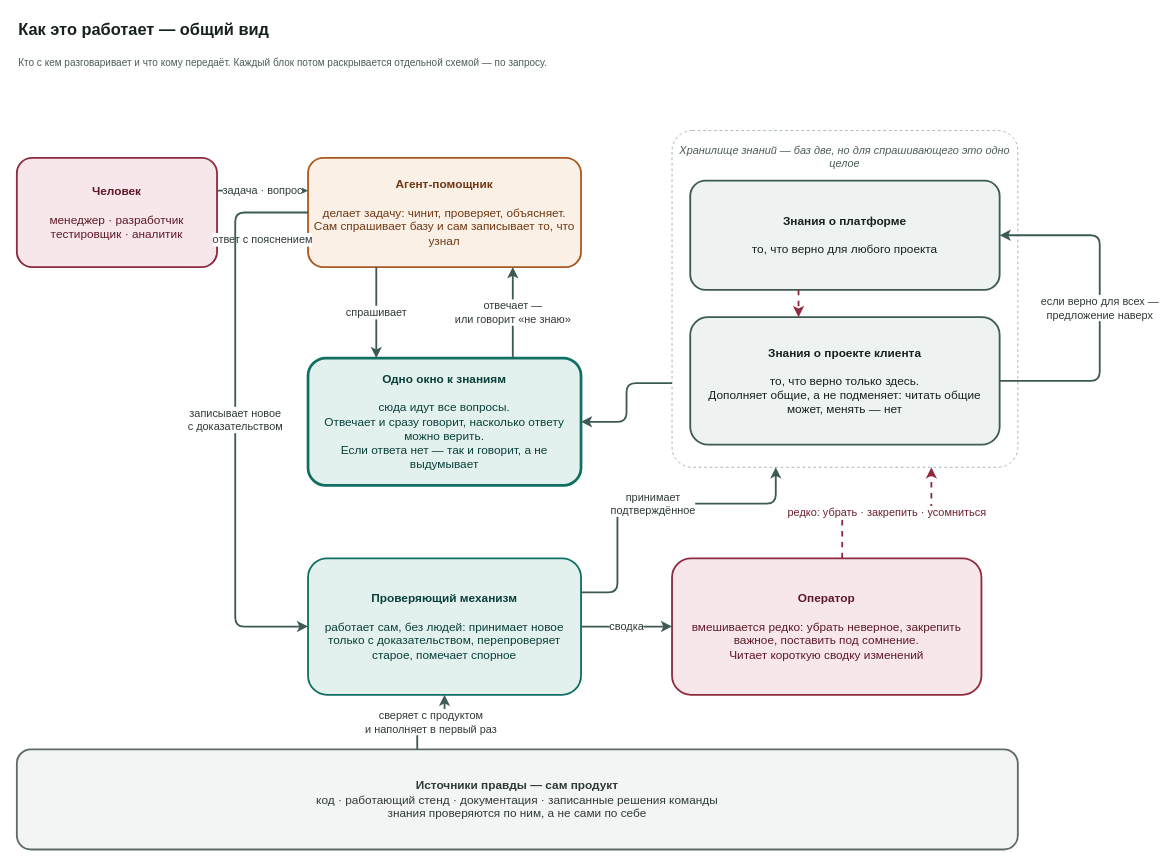
The draw.io diagram docs/adr/adr-knowledge-base-v3-overview.drawio in VirtoCommerce/ai-tools, before the edit. Source tidied: cells renumbered, new cells numbered last; positions are measured from the earlier drawing's top-left corner, leaving out a move shared by most shapes. Both pictures are drawn from the tidied source at 91%, with x=0, y=0 at pixel (16, 15).
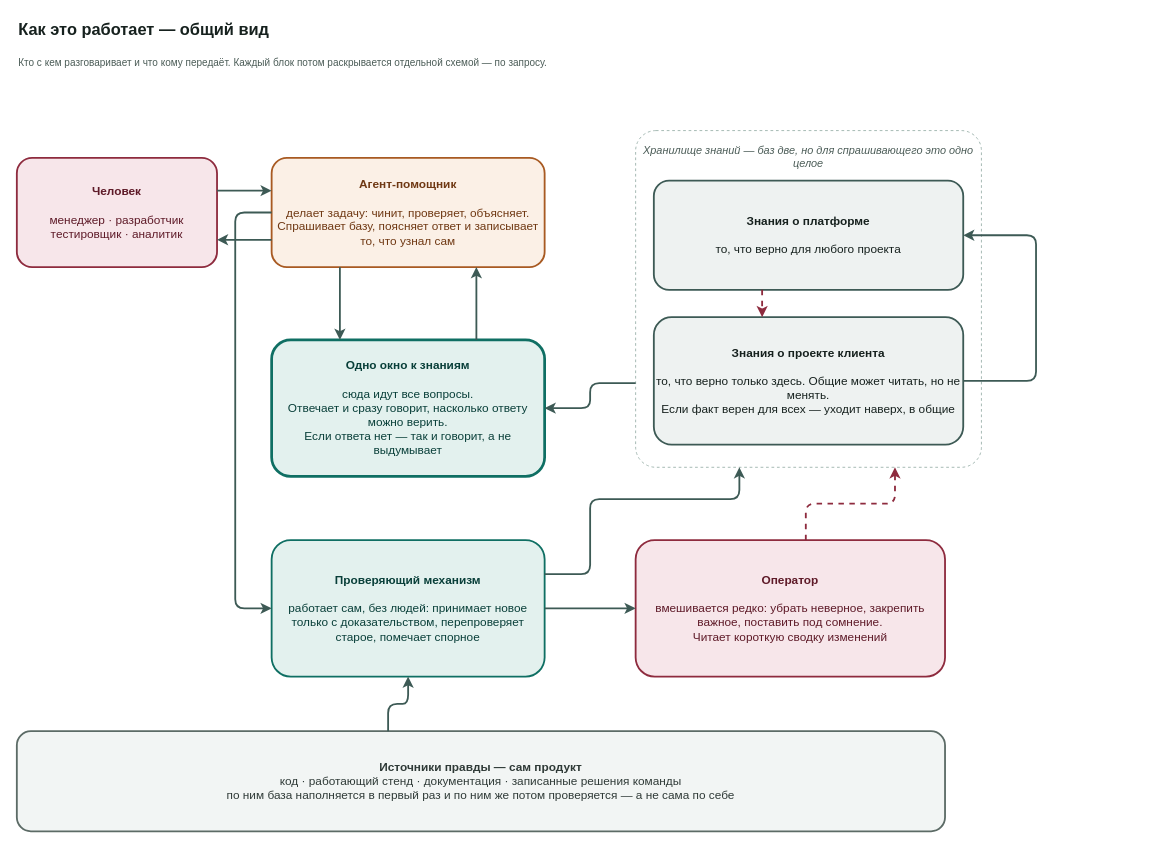
After the change.

Commit message (it also covers changes not shown here):
docs(adr): kb v3 — общий вид без подписей на стрелках (VCST-5776)

Стрелки говорят направление, блоки — смысл. Два факта, которые жили только
в подписях, перенесены в блоки, чтобы не пропасть молча: путь клиентского
факта наверх (в блок знаний о проекте) и то, что источники не только
проверяют базу, но и наполняют её в первый раз (в блок источников).

Unchanged cells that the change refers to:
```xml
<mxCell id="4" value="&lt;b&gt;Человек&lt;/b&gt;&lt;br&gt;&lt;br&gt;менеджер · разработчик&lt;br&gt;тестировщик · аналитик" style="rounded=1;arcSize=14;whiteSpace=wrap;html=1;fillColor=#f7e6ea;strokeColor=#8e2b3e;fontColor=#5e1a28;fontSize=13;strokeWidth=2;fontFamily=Helvetica;" parent="1" vertex="1">
  <mxGeometry y="156" width="220" height="120" as="geometry" />
</mxCell>
```

Change to the diagram source:
```diff
@@
-    <mxCell id="5" value="&lt;b&gt;Агент-помощник&lt;/b&gt;&lt;br&gt;&lt;br&gt;делает задачу: чинит, проверяет, объясняет.&lt;br&gt;Сам спрашивает базу и сам записывает то, что узнал" style="rounded=1;arcSize=14;whiteSpace=wrap;html=1;fillColor=#fbf0e6;strokeColor=#a85a22;fontColor=#6f3813;fontSize=13;strokeWidth=2;fontFamily=Helvetica;" parent="1" vertex="1">
-      <mxGeometry x="320" y="156" width="300" height="120" as="geometry" />
+    <mxCell id="5" value="&lt;b&gt;Агент-помощник&lt;/b&gt;&lt;br&gt;&lt;br&gt;делает задачу: чинит, проверяет, объясняет.&lt;br&gt;Спрашивает базу, поясняет ответ и записывает то, что узнал сам" style="rounded=1;arcSize=14;whiteSpace=wrap;html=1;fillColor=#fbf0e6;strokeColor=#a85a22;fontColor=#6f3813;fontSize=13;strokeWidth=2;fontFamily=Helvetica;" parent="1" vertex="1">
+      <mxGeometry x="280" y="156" width="300" height="120" as="geometry" />
     </mxCell>
     <mxCell id="6" value="&lt;b&gt;Одно окно к знаниям&lt;/b&gt;&lt;br&gt;&lt;br&gt;сюда идут все вопросы.&lt;br&gt;Отвечает и сразу говорит, насколько ответу можно верить.&lt;br&gt;Если ответа нет — так и говорит, а не выдумывает" style="rounded=1;arcSize=14;whiteSpace=wrap;html=1;fillColor=#e3f1ee;strokeColor=#0f6f63;fontColor=#093f39;fontSize=13;strokeWidth=3;fontFamily=Helvetica;" parent="1" vertex="1">
-      <mxGeometry x="320" y="376" width="300" height="140" as="geometry" />
+      <mxGeometry x="280" y="356" width="300" height="150" as="geometry" />
     </mxCell>
     <mxCell id="7" value="Хранилище знаний — баз две, но для спрашивающего это одно целое" style="rounded=1;arcSize=6;whiteSpace=wrap;html=1;fillColor=none;strokeColor=#9db3ad;dashed=1;verticalAlign=top;align=center;spacingTop=8;fontColor=#4b5c57;fontStyle=2;fontSize=12;fontFamily=Helvetica;" parent="1" vertex="1">
-      <mxGeometry x="720" y="126" width="380" height="370" as="geometry" />
+      <mxGeometry x="680" y="126" width="380" height="370" as="geometry" />
     </mxCell>
     <mxCell id="8" value="&lt;b&gt;Знания о платформе&lt;/b&gt;&lt;br&gt;&lt;br&gt;то, что верно для любого проекта" style="rounded=1;arcSize=14;whiteSpace=wrap;html=1;fillColor=#eef2f1;strokeColor=#3d5a55;fontColor=#16211e;fontSize=13;strokeWidth=2;fontFamily=Helvetica;" parent="1" vertex="1">
-      <mxGeometry x="740" y="181" width="340" height="120" as="geometry" />
+      <mxGeometry x="700" y="181" width="340" height="120" as="geometry" />
     </mxCell>
-    <mxCell id="9" value="&lt;b&gt;Знания о проекте клиента&lt;/b&gt;&lt;br&gt;&lt;br&gt;то, что верно только здесь.&lt;br&gt;Дополняет общие, а не подменяет: читать общие может, менять — нет" style="rounded=1;arcSize=14;whiteSpace=wrap;html=1;fillColor=#eef2f1;strokeColor=#3d5a55;fontColor=#16211e;fontSize=13;strokeWidth=2;fontFamily=Helvetica;" parent="1" vertex="1">
-      <mxGeometry x="740" y="331" width="340" height="140" as="geometry" />
+    <mxCell id="9" value="&lt;b&gt;Знания о проекте клиента&lt;/b&gt;&lt;br&gt;&lt;br&gt;то, что верно только здесь. Общие может читать, но не менять.&lt;br&gt;Если факт верен для всех — уходит наверх, в общие" style="rounded=1;arcSize=14;whiteSpace=wrap;html=1;fillColor=#eef2f1;strokeColor=#3d5a55;fontColor=#16211e;fontSize=13;strokeWidth=2;fontFamily=Helvetica;" parent="1" vertex="1">
+      <mxGeometry x="700" y="331" width="340" height="140" as="geometry" />
     </mxCell>
     <mxCell id="10" value="&lt;b&gt;Проверяющий механизм&lt;/b&gt;&lt;br&gt;&lt;br&gt;работает сам, без людей: принимает новое только с доказательством, перепроверяет старое, помечает спорное" style="rounded=1;arcSize=14;whiteSpace=wrap;html=1;fillColor=#e3f1ee;strokeColor=#0f6f63;fontColor=#093f39;fontSize=13;strokeWidth=2;fontFamily=Helvetica;" parent="1" vertex="1">
-      <mxGeometry x="320" y="596" width="300" height="150" as="geometry" />
+      <mxGeometry x="280" y="576" width="300" height="150" as="geometry" />
     </mxCell>
     <mxCell id="11" value="&lt;b&gt;Оператор&lt;/b&gt;&lt;br&gt;&lt;br&gt;вмешивается редко: убрать неверное, закрепить важное, поставить под сомнение.&lt;br&gt;Читает короткую сводку изменений" style="rounded=1;arcSize=14;whiteSpace=wrap;html=1;fillColor=#f7e6ea;strokeColor=#8e2b3e;fontColor=#5e1a28;fontSize=13;strokeWidth=2;fontFamily=Helvetica;" parent="1" vertex="1">
-      <mxGeometry x="720" y="596" width="340" height="150" as="geometry" />
+      <mxGeometry x="680" y="576" width="340" height="150" as="geometry" />
     </mxCell>
-    <mxCell id="12" value="&lt;b&gt;Источники правды — сам продукт&lt;/b&gt;&lt;br&gt;код · работающий стенд · документация · записанные решения команды&lt;br&gt;знания проверяются по ним, а не сами по себе" style="rounded=1;arcSize=14;whiteSpace=wrap;html=1;fillColor=#f2f5f4;strokeColor=#5c6b66;fontColor=#2f3a37;fontSize=13;strokeWidth=2;fontFamily=Helvetica;" parent="1" vertex="1">
-      <mxGeometry y="806" width="1100" height="110" as="geometry" />
+    <mxCell id="12" value="&lt;b&gt;Источники правды — сам продукт&lt;/b&gt;&lt;br&gt;код · работающий стенд · документация · записанные решения команды&lt;br&gt;по ним база наполняется в первый раз и по ним же потом проверяется — а не сама по себе" style="rounded=1;arcSize=14;whiteSpace=wrap;html=1;fillColor=#f2f5f4;strokeColor=#5c6b66;fontColor=#2f3a37;fontSize=13;strokeWidth=2;fontFamily=Helvetica;" parent="1" vertex="1">
+      <mxGeometry y="786" width="1020" height="110" as="geometry" />
     </mxCell>
-    <mxCell id="13" value="задача · вопрос" style="edgeStyle=orthogonalEdgeStyle;rounded=1;html=1;labelBackgroundColor=#ffffff;fontSize=12;strokeWidth=2;strokeColor=#3d5a55;fontColor=#2f3a37;fontFamily=Helvetica;exitX=1;exitY=0.3;exitDx=0;exitDy=0;entryX=0;entryY=0.3;entryDx=0;entryDy=0;" parent="1" edge="1" source="4" target="5">
+    <mxCell id="13" style="edgeStyle=orthogonalEdgeStyle;rounded=1;html=1;labelBackgroundColor=#ffffff;fontSize=12;strokeWidth=2;strokeColor=#3d5a55;fontColor=#2f3a37;fontFamily=Helvetica;exitX=1;exitY=0.3;exitDx=0;exitDy=0;entryX=0;entryY=0.3;entryDx=0;entryDy=0;" parent="1" edge="1" source="4" target="5">
       <mxGeometry relative="1" as="geometry" />
     </mxCell>
-    <mxCell id="14" value="ответ с пояснением" style="edgeStyle=orthogonalEdgeStyle;rounded=1;html=1;labelBackgroundColor=#ffffff;fontSize=12;strokeWidth=2;strokeColor=#3d5a55;fontColor=#2f3a37;fontFamily=Helvetica;exitX=0;exitY=0.75;exitDx=0;exitDy=0;entryX=1;entryY=0.75;entryDx=0;entryDy=0;" parent="1" edge="1" source="5" target="4">
+    <mxCell id="14" style="edgeStyle=orthogonalEdgeStyle;rounded=1;html=1;labelBackgroundColor=#ffffff;fontSize=12;strokeWidth=2;strokeColor=#3d5a55;fontColor=#2f3a37;fontFamily=Helvetica;exitX=0;exitY=0.75;exitDx=0;exitDy=0;entryX=1;entryY=0.75;entryDx=0;entryDy=0;" parent="1" edge="1" source="5" target="4">
       <mxGeometry relative="1" as="geometry" />
     </mxCell>
-    <mxCell id="15" value="спрашивает" style="edgeStyle=orthogonalEdgeStyle;rounded=1;html=1;labelBackgroundColor=#ffffff;fontSize=12;strokeWidth=2;strokeColor=#3d5a55;fontColor=#2f3a37;fontFamily=Helvetica;exitX=0.25;exitY=1;exitDx=0;exitDy=0;entryX=0.25;entryY=0;entryDx=0;entryDy=0;" parent="1" edge="1" source="5" target="6">
+    <mxCell id="15" style="edgeStyle=orthogonalEdgeStyle;rounded=1;html=1;labelBackgroundColor=#ffffff;fontSize=12;strokeWidth=2;strokeColor=#3d5a55;fontColor=#2f3a37;fontFamily=Helvetica;exitX=0.25;exitY=1;exitDx=0;exitDy=0;entryX=0.25;entryY=0;entryDx=0;entryDy=0;" parent="1" edge="1" source="5" target="6">
       <mxGeometry relative="1" as="geometry" />
     </mxCell>
-    <mxCell id="16" value="отвечает —&lt;br&gt;или говорит «не знаю»" style="edgeStyle=orthogonalEdgeStyle;rounded=1;html=1;labelBackgroundColor=#ffffff;fontSize=12;strokeWidth=2;strokeColor=#3d5a55;fontColor=#2f3a37;fontFamily=Helvetica;exitX=0.75;exitY=0;exitDx=0;exitDy=0;entryX=0.75;entryY=1;entryDx=0;entryDy=0;" parent="1" edge="1" source="6" target="5">
+    <mxCell id="16" style="edgeStyle=orthogonalEdgeStyle;rounded=1;html=1;labelBackgroundColor=#ffffff;fontSize=12;strokeWidth=2;strokeColor=#3d5a55;fontColor=#2f3a37;fontFamily=Helvetica;exitX=0.75;exitY=0;exitDx=0;exitDy=0;entryX=0.75;entryY=1;entryDx=0;entryDy=0;" parent="1" edge="1" source="6" target="5">
       <mxGeometry relative="1" as="geometry" />
     </mxCell>
@@
-    <mxCell id="18" value="записывает новое&lt;br&gt;с доказательством" style="edgeStyle=orthogonalEdgeStyle;rounded=1;html=1;labelBackgroundColor=#ffffff;fontSize=12;strokeWidth=2;strokeColor=#3d5a55;fontColor=#2f3a37;fontFamily=Helvetica;exitX=0;exitY=0.5;exitDx=0;exitDy=0;entryX=0;entryY=0.5;entryDx=0;entryDy=0;" parent="1" edge="1" source="5" target="10">
+    <mxCell id="18" style="edgeStyle=orthogonalEdgeStyle;rounded=1;html=1;labelBackgroundColor=#ffffff;fontSize=12;strokeWidth=2;strokeColor=#3d5a55;fontColor=#2f3a37;fontFamily=Helvetica;exitX=0;exitY=0.5;exitDx=0;exitDy=0;entryX=0;entryY=0.5;entryDx=0;entryDy=0;" parent="1" edge="1" source="5" target="10">
       <mxGeometry relative="1" as="geometry">
         <Array as="points">
           <mxPoint x="240" y="216" />
-          <mxPoint x="240" y="671" />
+          <mxPoint x="240" y="651" />
         </Array>
       </mxGeometry>
     </mxCell>
-    <mxCell id="19" value="принимает&lt;br&gt;подтверждённое" style="edgeStyle=orthogonalEdgeStyle;rounded=1;html=1;labelBackgroundColor=#ffffff;fontSize=12;strokeWidth=2;strokeColor=#3d5a55;fontColor=#2f3a37;fontFamily=Helvetica;exitX=1;exitY=0.25;exitDx=0;exitDy=0;entryX=0.3;entryY=1;entryDx=0;entryDy=0;" parent="1" edge="1" source="10" target="7">
+    <mxCell id="19" style="edgeStyle=orthogonalEdgeStyle;rounded=1;html=1;labelBackgroundColor=#ffffff;fontSize=12;strokeWidth=2;strokeColor=#3d5a55;fontColor=#2f3a37;fontFamily=Helvetica;exitX=1;exitY=0.25;exitDx=0;exitDy=0;entryX=0.3;entryY=1;entryDx=0;entryDy=0;" parent="1" edge="1" source="10" target="7">
       <mxGeometry relative="1" as="geometry">
         <Array as="points">
-          <mxPoint x="660" y="633" />
-          <mxPoint x="660" y="536" />
+          <mxPoint x="630" y="613" />
+          <mxPoint x="630" y="531" />
         </Array>
       </mxGeometry>
     </mxCell>
-    <mxCell id="20" value="сверяет с продуктом&lt;br&gt;и наполняет в первый раз" style="edgeStyle=orthogonalEdgeStyle;rounded=1;html=1;labelBackgroundColor=#ffffff;fontSize=12;strokeWidth=2;strokeColor=#3d5a55;fontColor=#2f3a37;fontFamily=Helvetica;exitX=0.4;exitY=0;exitDx=0;exitDy=0;entryX=0.5;entryY=1;entryDx=0;entryDy=0;" parent="1" edge="1" source="12" target="10">
+    <mxCell id="20" style="edgeStyle=orthogonalEdgeStyle;rounded=1;html=1;labelBackgroundColor=#ffffff;fontSize=12;strokeWidth=2;strokeColor=#3d5a55;fontColor=#2f3a37;fontFamily=Helvetica;exitX=0.4;exitY=0;exitDx=0;exitDy=0;entryX=0.5;entryY=1;entryDx=0;entryDy=0;" parent="1" edge="1" source="12" target="10">
       <mxGeometry relative="1" as="geometry" />
     </mxCell>
-    <mxCell id="21" value="сводка" style="edgeStyle=orthogonalEdgeStyle;rounded=1;html=1;labelBackgroundColor=#ffffff;fontSize=12;strokeWidth=2;strokeColor=#3d5a55;fontColor=#2f3a37;fontFamily=Helvetica;" parent="1" edge="1" source="10" target="11">
+    <mxCell id="21" style="edgeStyle=orthogonalEdgeStyle;rounded=1;html=1;labelBackgroundColor=#ffffff;fontSize=12;strokeWidth=2;strokeColor=#3d5a55;fontColor=#2f3a37;fontFamily=Helvetica;" parent="1" edge="1" source="10" target="11">
       <mxGeometry relative="1" as="geometry" />
     </mxCell>
-    <mxCell id="22" value="редко: убрать · закрепить · усомниться" style="edgeStyle=orthogonalEdgeStyle;rounded=1;html=1;labelBackgroundColor=#ffffff;fontSize=12;strokeWidth=2;strokeColor=#3d5a55;fontColor=#2f3a37;fontFamily=Helvetica;dashed=1;strokeColor=#8e2b3e;fontColor=#6b1f2e;exitX=0.55;exitY=0;exitDx=0;exitDy=0;entryX=0.75;entryY=1;entryDx=0;entryDy=0;" parent="1" edge="1" source="11" target="7">
+    <mxCell id="22" style="edgeStyle=orthogonalEdgeStyle;rounded=1;html=1;labelBackgroundColor=#ffffff;fontSize=12;strokeWidth=2;strokeColor=#3d5a55;fontColor=#2f3a37;fontFamily=Helvetica;dashed=1;strokeColor=#8e2b3e;fontColor=#6b1f2e;exitX=0.55;exitY=0;exitDx=0;exitDy=0;entryX=0.75;entryY=1;entryDx=0;entryDy=0;" parent="1" edge="1" source="11" target="7">
       <mxGeometry relative="1" as="geometry" />
     </mxCell>
-    <mxCell id="23" value="если верно для всех —&lt;br&gt;предложение наверх" style="edgeStyle=orthogonalEdgeStyle;rounded=1;html=1;labelBackgroundColor=#ffffff;fontSize=12;strokeWidth=2;strokeColor=#3d5a55;fontColor=#2f3a37;fontFamily=Helvetica;exitX=1;exitY=0.5;exitDx=0;exitDy=0;entryX=1;entryY=0.5;entryDx=0;entryDy=0;" parent="1" edge="1" source="9" target="8">
+    <mxCell id="23" style="edgeStyle=orthogonalEdgeStyle;rounded=1;html=1;labelBackgroundColor=#ffffff;fontSize=12;strokeWidth=2;strokeColor=#3d5a55;fontColor=#2f3a37;fontFamily=Helvetica;exitX=1;exitY=0.5;exitDx=0;exitDy=0;entryX=1;entryY=0.5;entryDx=0;entryDy=0;" parent="1" edge="1" source="9" target="8">
       <mxGeometry relative="1" as="geometry">
         <Array as="points">
-          <mxPoint x="1190" y="401" />
-          <mxPoint x="1190" y="241" />
+          <mxPoint x="1120" y="401" />
+          <mxPoint x="1120" y="241" />
         </Array>
       </mxGeometry>
     </mxCell>
```
